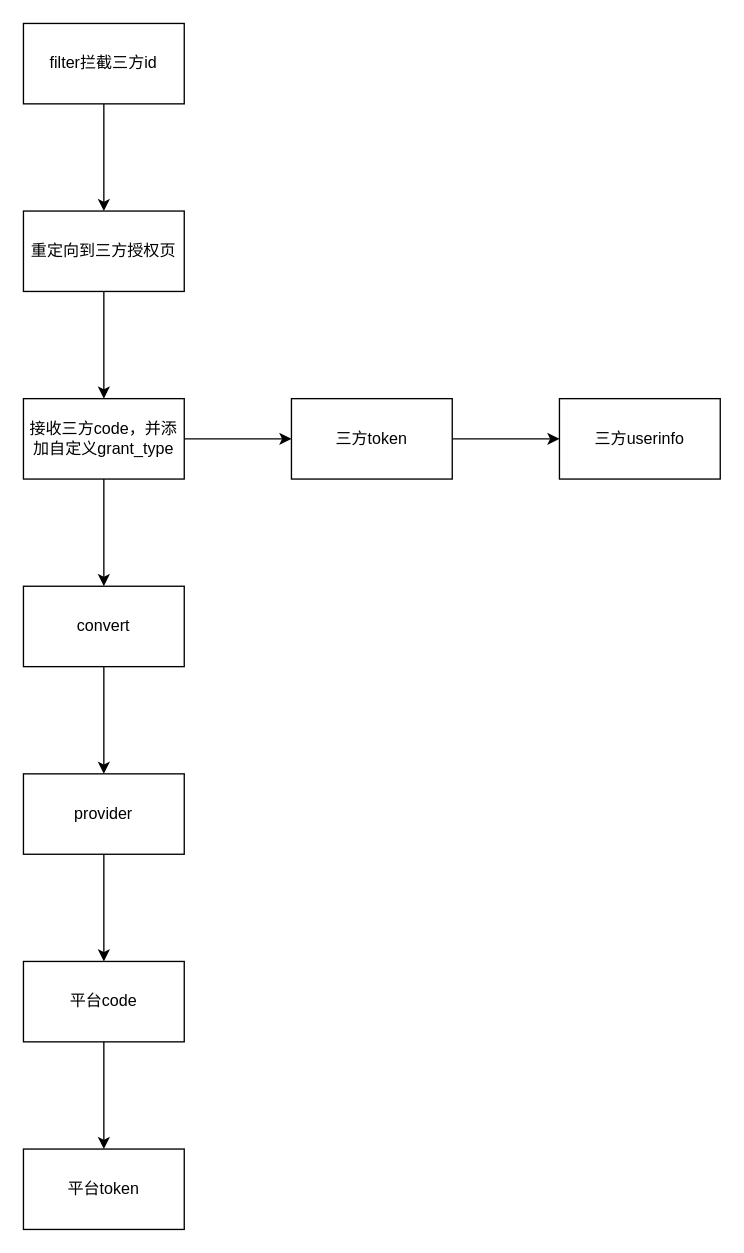
Above: drawio/自定义三方联合认证.drawio in develop-assistant/diagrams (draw.io), before the change. Source tidied: cells renumbered, new cells numbered last; positions are measured from the earlier drawing's top-left corner, leaving out a move shared by most shapes. Both pictures are drawn from the tidied source at 134%, with x=0, y=0 at pixel (23, 23).
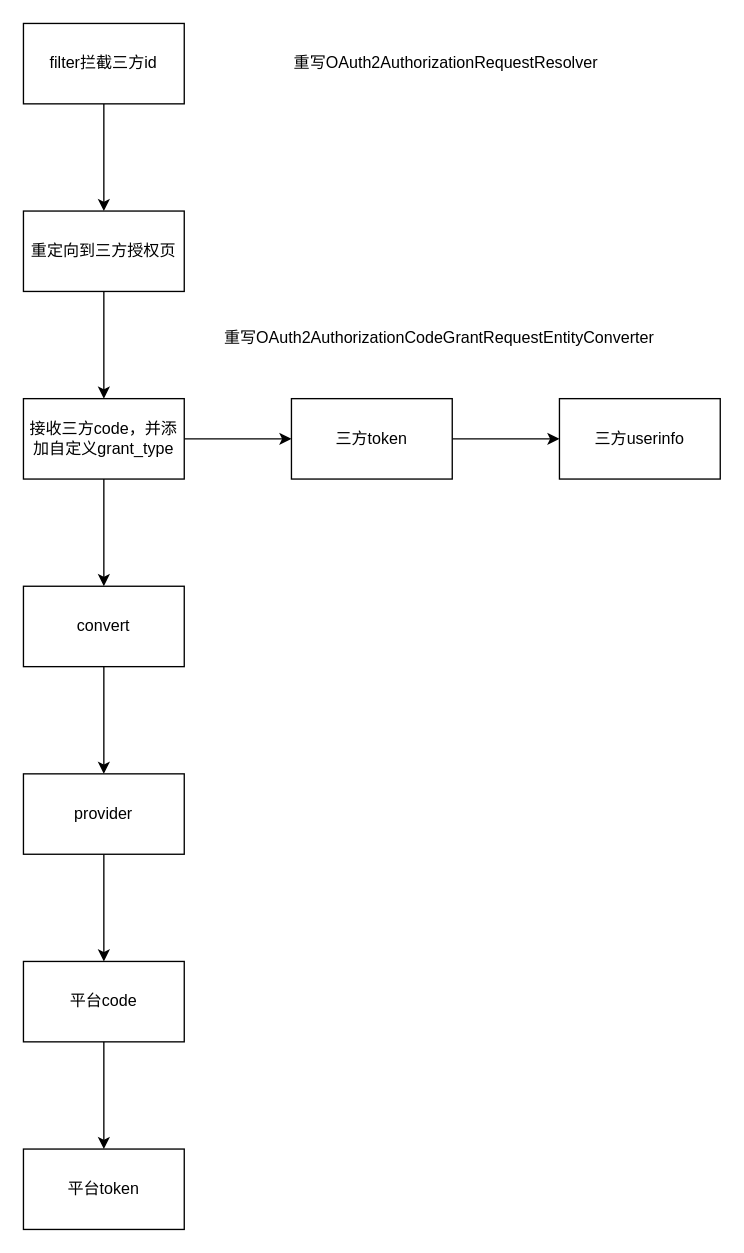
The same page after the edit.

Commit message:
更新自定义三方联合认证.drawio

What changed in the source:
```diff
@@
+    <mxCell id="19" value="重写OAuth2AuthorizationRequestResolver" style="text;html=1;align=center;verticalAlign=middle;strokeColor=none;fillColor=none;" parent="1" vertex="1">
+      <mxGeometry x="190" y="15" width="250" height="30" as="geometry" />
+    </mxCell>
+    <mxCell id="20" value="重写OAuth2AuthorizationCodeGrantRequestEntityConverter" style="text;html=1;align=center;verticalAlign=middle;strokeColor=none;fillColor=none;" parent="1" vertex="1">
+      <mxGeometry x="140" y="220" width="340" height="30" as="geometry" />
+    </mxCell>
```
